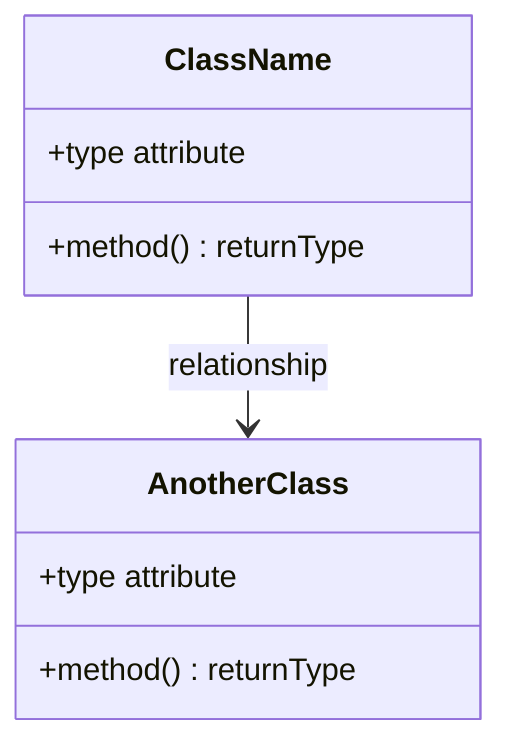
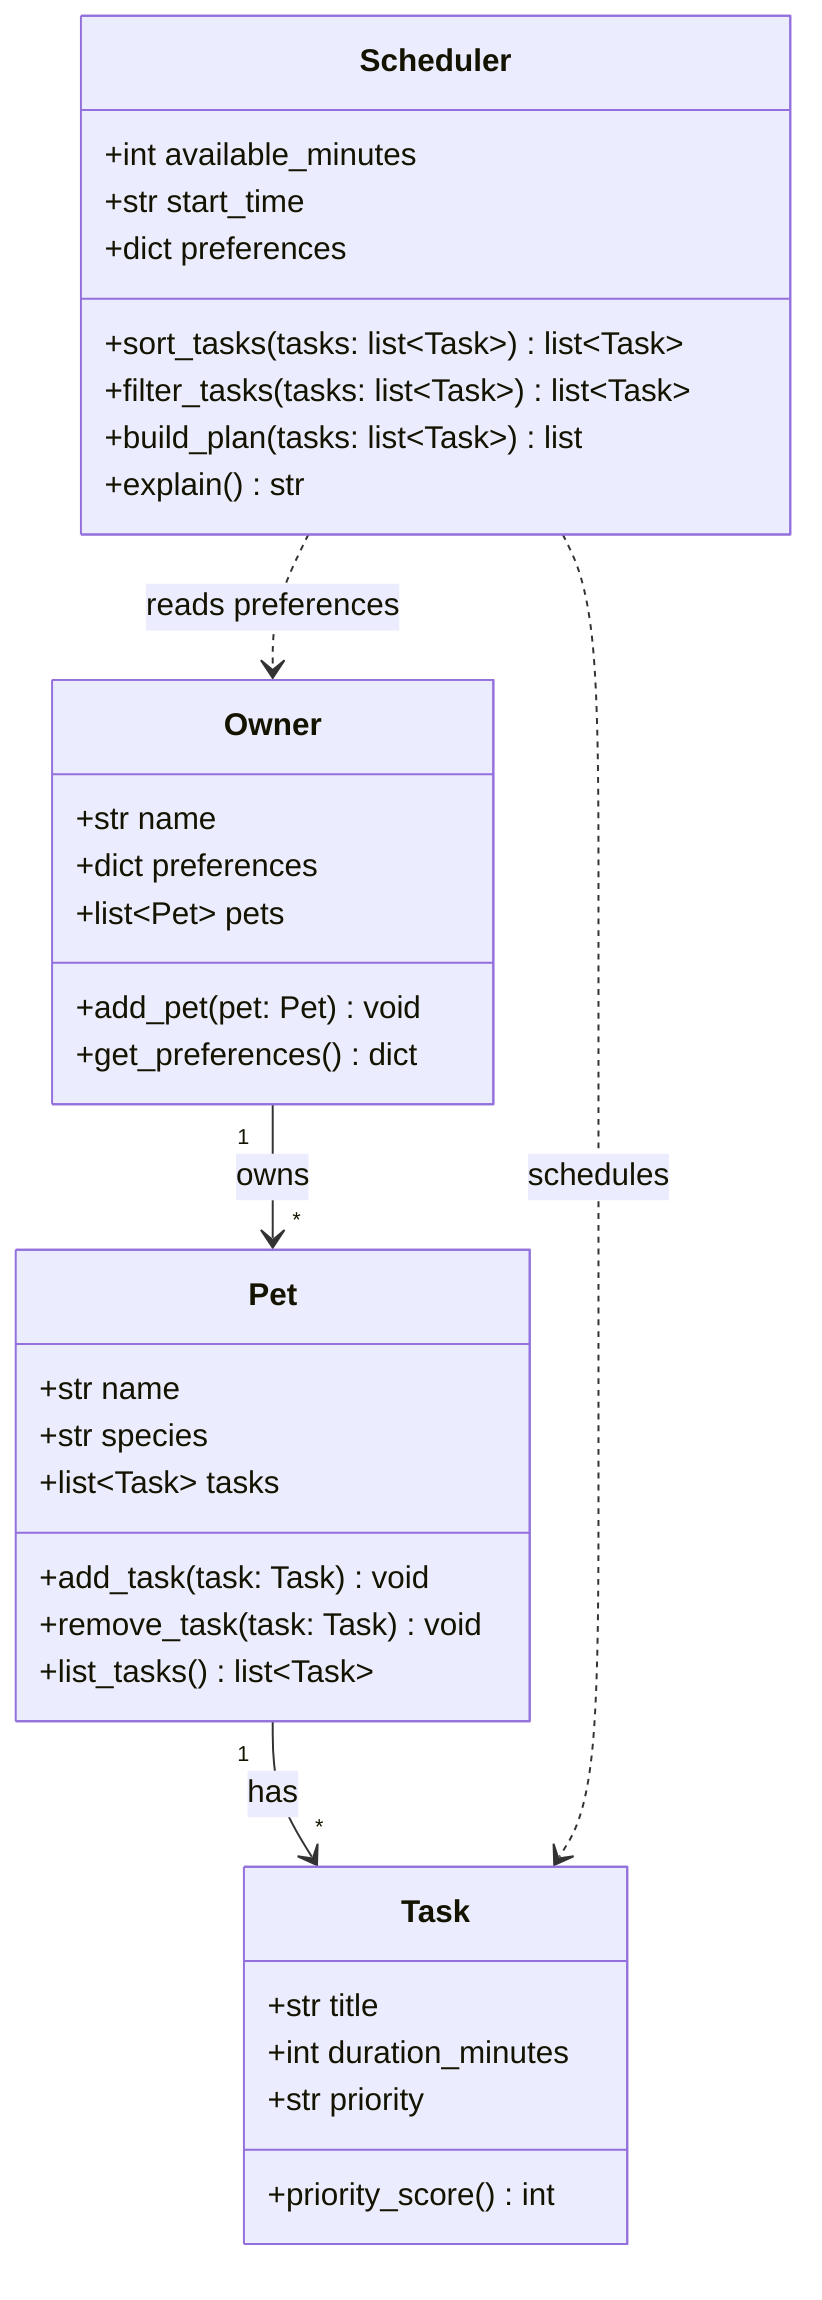
classDiagram
-     %% Replace the placeholders below with your actual classes, attributes, methods, and relationships.
-     %% Keep this file updated so it matches your final implementation.
+     %% PawPal+ system design — keep this in sync with the implementation.

-     class ClassName {
-         +type attribute
-         +method() returnType
+     class Owner {
+         +str name
+         +dict preferences
+         +list~Pet~ pets
+         +add_pet(pet: Pet) void
+         +get_preferences() dict
    }

-     class AnotherClass {
-         +type attribute
-         +method() returnType
+     class Pet {
+         +str name
+         +str species
+         +list~Task~ tasks
+         +add_task(task: Task) void
+         +remove_task(task: Task) void
+         +list_tasks() list~Task~
    }

-     ClassName --> AnotherClass : relationship
+     class Task {
+         +str title
+         +int duration_minutes
+         +str priority
+         +priority_score() int
+     }
+ 
+     class Scheduler {
+         +int available_minutes
+         +str start_time
+         +dict preferences
+         +sort_tasks(tasks: list~Task~) list~Task~
+         +filter_tasks(tasks: list~Task~) list~Task~
+         +build_plan(tasks: list~Task~) list
+         +explain() str
+     }
+ 
+     Owner "1" --> "*" Pet : owns
+     Pet "1" --> "*" Task : has
+     Scheduler ..> Task : schedules
+     Scheduler ..> Owner : reads preferences
